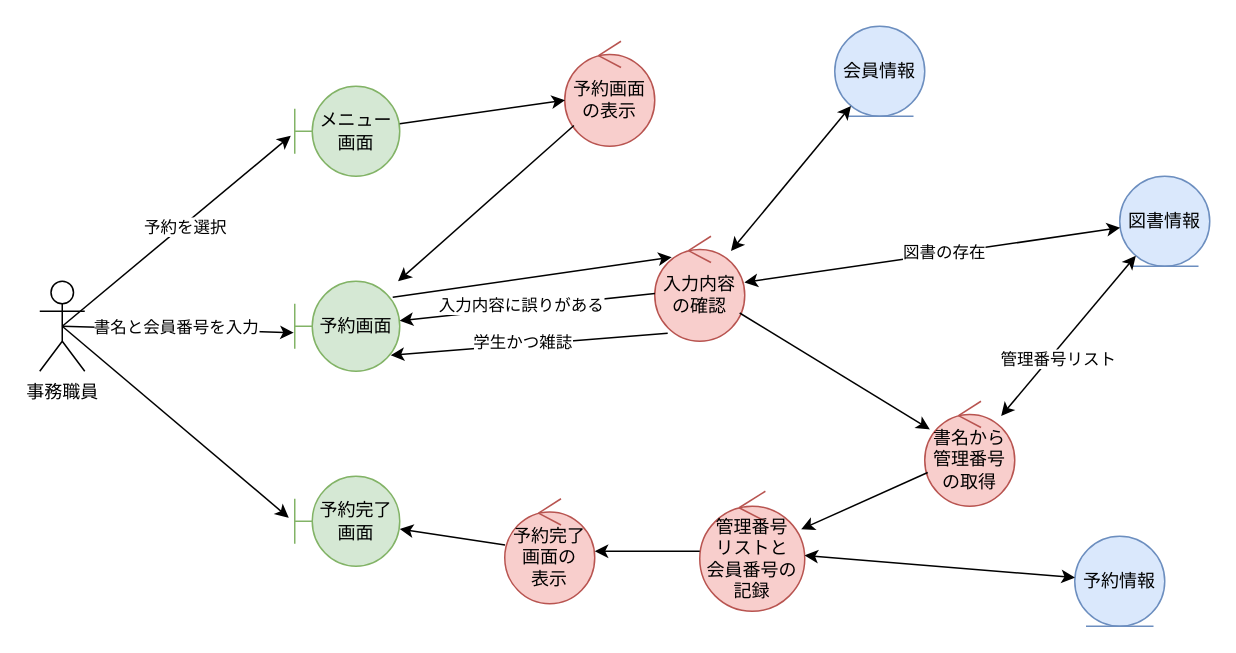
Before: kouka/analysis_book.drawio in FujikawaHirono0520/group3_1_dogdog, a draw.io diagram. Source tidied: cells renumbered, new cells numbered last; positions are measured from the earlier drawing's top-left corner, leaving out a move shared by most shapes. Both pictures are drawn from the tidied source at 150%, with x=0, y=0 at pixel (39, 26).
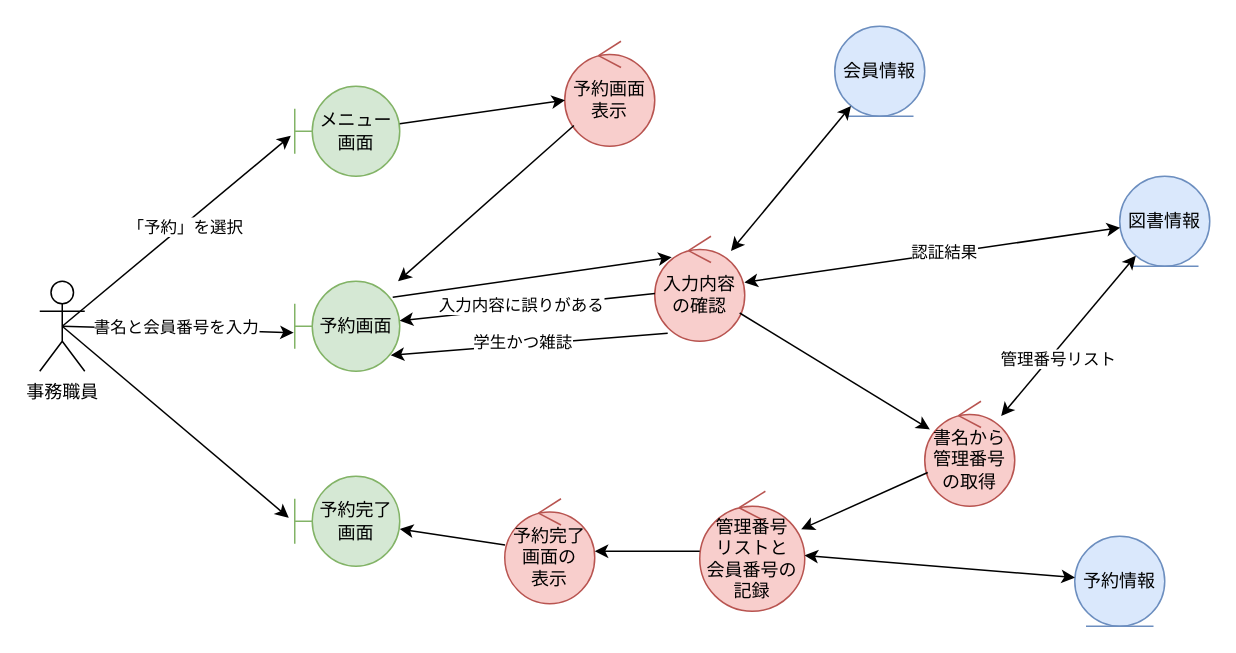
After the change.

Commit message:
フォーマットの統一

The change refers to these unchanged cells:
```xml
<mxCell id="13" style="endArrow=classic;html=1;rounded=0;exitX=0.5;exitY=0.5;exitDx=0;exitDy=0;exitPerimeter=0;entryX=-0.038;entryY=0.55;entryDx=0;entryDy=0;entryPerimeter=0;" parent="1" edge="1" source="2" target="3">
  <mxGeometry relative="1" as="geometry" />
</mxCell>
<mxCell id="23" style="endArrow=classic;startArrow=classic;html=1;rounded=0;" parent="1" edge="1" source="7" target="12">
  <mxGeometry relative="1" as="geometry" />
</mxCell>
```

Diff of the diagram source:
```diff
@@
-    <mxCell id="6" value="予約画面&lt;br&gt;の表示" style="ellipse;shape=umlControl;whiteSpace=wrap;html=1;fillColor=#f8cecc;strokeColor=#b85450;" parent="1" vertex="1">
+    <mxCell id="6" value="予約画面&lt;br&gt;表示" style="ellipse;shape=umlControl;whiteSpace=wrap;html=1;fillColor=#f8cecc;strokeColor=#b85450;" parent="1" vertex="1">
       <mxGeometry x="350" y="10" width="60" height="70" as="geometry" />
     </mxCell>
@@
-    <mxCell id="14" value="予約を選択" style="edgeLabel;html=1;align=center;verticalAlign=middle;" parent="13" vertex="1">
+    <mxCell id="14" value="「予約」を選択" style="edgeLabel;html=1;align=center;verticalAlign=middle;" parent="13" vertex="1">
       <mxGeometry x="0.06" y="-1" relative="1" as="geometry" />
     </mxCell>
@@
-    <mxCell id="24" value="図書の存在" style="edgeLabel;html=1;align=center;verticalAlign=middle;" parent="23" vertex="1">
+    <mxCell id="24" value="認証結果" style="edgeLabel;html=1;align=center;verticalAlign=middle;" parent="23" vertex="1">
       <mxGeometry x="0.06" y="1" relative="1" as="geometry" />
     </mxCell>
```
